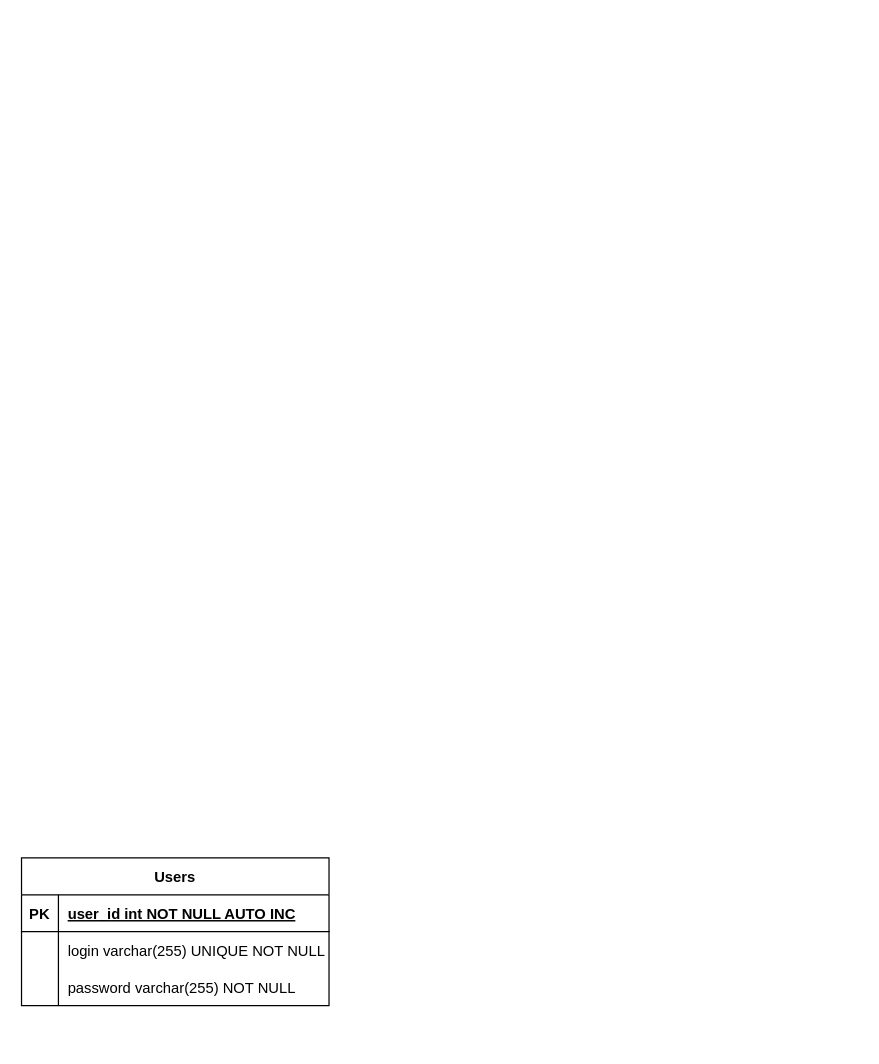
Above: experiments/database/dbschema.drawio in she-bear/dplm-resume-builder (draw.io), before the change. Source tidied: cells renumbered, new cells numbered last; positions are measured from the earlier drawing's top-left corner, leaving out a move shared by most shapes. Both pictures are drawn from the tidied source at 123%, with x=0, y=0 at pixel (21, 857).
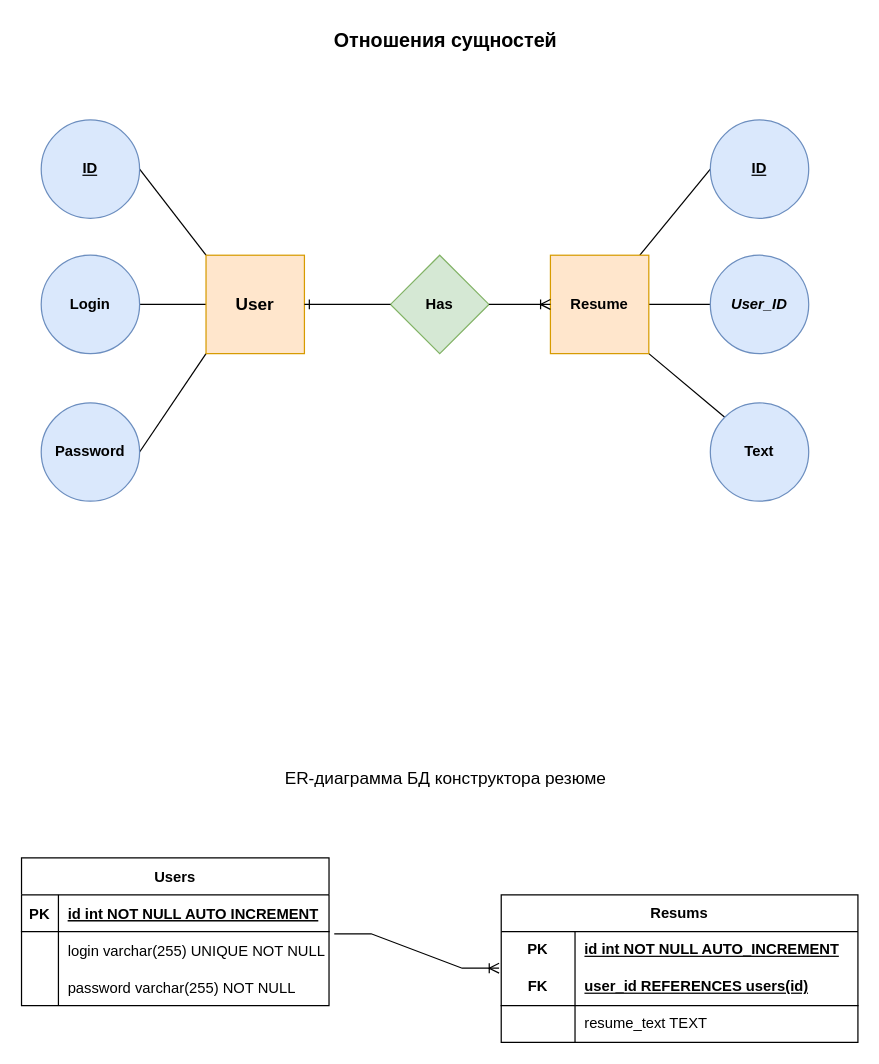
The same page after the edit.

Commit message (it also covers changes not shown here):
Схема отношений сущностей и ERD

The change refers to these unchanged cells:
```xml
<mxCell id="3" style="shape=partialRectangle;fillColor=none;top=0;left=0;right=0;bottom=1;" parent="2" vertex="1">
  <mxGeometry y="30" width="250" height="30" as="geometry" />
</mxCell>
<mxCell id="6" style="shape=partialRectangle;fillColor=none;points=[[0,0.5],[1,0.5]];portConstraint=eastwest;top=0;left=0;right=0;bottom=0;" parent="2" vertex="1">
  <mxGeometry y="60" width="250" height="30" as="geometry" />
</mxCell>
```

Change to the diagram source:
```diff
@@
-    <mxCell id="5" value="user_id int NOT NULL AUTO INC" style="shape=partialRectangle;overflow=hidden;fillColor=none;top=0;left=0;bottom=0;right=0;align=left;spacingLeft=6;fontStyle=5;" parent="3" vertex="1">
+    <mxCell id="5" value="id int NOT NULL AUTO INCREMENT" style="shape=partialRectangle;overflow=hidden;fillColor=none;top=0;left=0;bottom=0;right=0;align=left;spacingLeft=6;fontStyle=5;" parent="3" vertex="1">
       <mxGeometry x="30" width="220" height="30" as="geometry" />
     </mxCell>
@@
+    <mxCell id="12" value="Resums" style="shape=table;startSize=30;childLayout=tableLayout;rowLines=0;fontStyle=1;align=center;html=1;whiteSpace=wrap;" parent="1" vertex="1">
+      <mxGeometry x="390" y="30" width="290" height="120" as="geometry" />
+    </mxCell>
+    <mxCell id="13" style="shape=tableRow;horizontal=0;startSize=0;swimlaneHead=0;swimlaneBody=0;fillColor=none;top=0;left=0;right=0;bottom=0;html=1;" parent="12" vertex="1">
+      <mxGeometry y="30" width="290" height="30" as="geometry" />
+    </mxCell>
+    <mxCell id="14" value="PK" style="shape=partialRectangle;fillColor=none;top=0;left=0;bottom=0;right=0;fontStyle=1;overflow=hidden;html=1;whiteSpace=wrap;" parent="13" vertex="1">
+      <mxGeometry width="60" height="30" as="geometry" />
+    </mxCell>
+    <mxCell id="15" value="id int NOT NULL AUTO_INCREMENT" style="shape=partialRectangle;fillColor=none;top=0;left=0;bottom=0;right=0;align=left;spacingLeft=6;fontStyle=5;overflow=hidden;html=1;whiteSpace=wrap;" parent="13" vertex="1">
+      <mxGeometry x="60" width="230" height="30" as="geometry" />
+    </mxCell>
+    <mxCell id="16" style="shape=tableRow;horizontal=0;startSize=0;swimlaneHead=0;swimlaneBody=0;fillColor=none;points=[[0,0.5],[1,0.5]];portConstraint=eastwest;top=0;left=0;right=0;bottom=1;html=1;" parent="12" vertex="1">
+      <mxGeometry y="60" width="290" height="30" as="geometry" />
+    </mxCell>
+    <mxCell id="17" value="FK" style="shape=partialRectangle;fillColor=none;top=0;left=0;bottom=0;right=0;fontStyle=1;overflow=hidden;html=1;whiteSpace=wrap;" parent="16" vertex="1">
+      <mxGeometry width="60" height="30" as="geometry" />
+    </mxCell>
+    <mxCell id="18" value="user_id&amp;nbsp;REFERENCES users(id)" style="shape=partialRectangle;fillColor=none;top=0;left=0;bottom=0;right=0;align=left;spacingLeft=6;fontStyle=5;overflow=hidden;html=1;whiteSpace=wrap;" parent="16" vertex="1">
+      <mxGeometry x="60" width="230" height="30" as="geometry" />
+    </mxCell>
+    <mxCell id="19" style="shape=tableRow;horizontal=0;startSize=0;swimlaneHead=0;swimlaneBody=0;fillColor=none;top=0;left=0;right=0;bottom=0;html=1;" parent="12" vertex="1">
+      <mxGeometry y="90" width="290" height="30" as="geometry" />
+    </mxCell>
+    <mxCell id="20" style="shape=partialRectangle;fillColor=none;top=0;left=0;bottom=0;right=0;overflow=hidden;html=1;whiteSpace=wrap;" parent="19" vertex="1">
+      <mxGeometry width="60" height="30" as="geometry" />
+    </mxCell>
+    <mxCell id="21" value="resume_text TEXT" style="shape=partialRectangle;fillColor=none;top=0;left=0;bottom=0;right=0;align=left;spacingLeft=6;overflow=hidden;html=1;whiteSpace=wrap;" parent="19" vertex="1">
+      <mxGeometry x="60" width="230" height="30" as="geometry" />
+    </mxCell>
+    <mxCell id="22" style="edgeStyle=entityRelationEdgeStyle;fontSize=12;html=1;endArrow=ERoneToMany;rounded=0;exitX=1.017;exitY=0.056;exitDx=0;exitDy=0;exitPerimeter=0;entryX=-0.006;entryY=-0.011;entryDx=0;entryDy=0;entryPerimeter=0;" parent="1" edge="1" source="6" target="16">
+      <mxGeometry relative="1" as="geometry">
+        <Array as="points">
+          <mxPoint x="310" y="270" />
+        </Array>
+      </mxGeometry>
+    </mxCell>
+    <mxCell id="23" value="&lt;font style=&quot;font-size: 14px;&quot;&gt;ER-диаграмма БД конструктора резюме&lt;/font&gt;" style="text;html=1;strokeColor=none;fillColor=none;align=center;verticalAlign=middle;whiteSpace=wrap;rounded=0;" parent="1" vertex="1">
+      <mxGeometry x="110" y="-80" width="470" height="30" as="geometry" />
+    </mxCell>
+    <mxCell id="24" style="rounded=0;jettySize=auto;html=1;exitX=0;exitY=0;exitDx=0;exitDy=0;entryX=1;entryY=0.5;entryDx=0;entryDy=0;endArrow=none;endFill=0;" parent="1" edge="1" source="27" target="28">
+      <mxGeometry relative="1" as="geometry" />
+    </mxCell>
+    <mxCell id="25" style="rounded=0;jettySize=auto;html=1;exitX=0;exitY=0.5;exitDx=0;exitDy=0;entryX=1;entryY=0.5;entryDx=0;entryDy=0;endArrow=none;endFill=0;" parent="1" edge="1" source="27" target="29">
+      <mxGeometry relative="1" as="geometry" />
+    </mxCell>
+    <mxCell id="26" style="rounded=0;jettySize=auto;html=1;exitX=0;exitY=1;exitDx=0;exitDy=0;entryX=1;entryY=0.5;entryDx=0;entryDy=0;endArrow=none;endFill=0;" parent="1" edge="1" source="27" target="30">
+      <mxGeometry relative="1" as="geometry" />
+    </mxCell>
+    <mxCell id="27" value="&lt;b&gt;&lt;font style=&quot;font-size: 14px;&quot;&gt;User&lt;/font&gt;&lt;/b&gt;" style="whiteSpace=wrap;html=1;fillColor=#ffe6cc;strokeColor=#d79b00;" parent="1" vertex="1">
+      <mxGeometry x="150" y="-490" width="80" height="80" as="geometry" />
+    </mxCell>
+    <mxCell id="28" value="&lt;b&gt;&lt;u&gt;ID&lt;/u&gt;&lt;/b&gt;" style="ellipse;whiteSpace=wrap;html=1;fillColor=#dae8fc;strokeColor=#6c8ebf;" parent="1" vertex="1">
+      <mxGeometry x="16" y="-600" width="80" height="80" as="geometry" />
+    </mxCell>
+    <mxCell id="29" value="&lt;b&gt;Login&lt;/b&gt;" style="ellipse;whiteSpace=wrap;html=1;fillColor=#dae8fc;strokeColor=#6c8ebf;" parent="1" vertex="1">
+      <mxGeometry x="16" y="-490" width="80" height="80" as="geometry" />
+    </mxCell>
+    <mxCell id="30" value="&lt;b&gt;Password&lt;/b&gt;" style="ellipse;whiteSpace=wrap;html=1;fillColor=#dae8fc;strokeColor=#6c8ebf;" parent="1" vertex="1">
+      <mxGeometry x="16" y="-370" width="80" height="80" as="geometry" />
+    </mxCell>
+    <mxCell id="31" value="&lt;b&gt;Has&lt;/b&gt;" style="rhombus;whiteSpace=wrap;html=1;fillColor=#d5e8d4;strokeColor=#82b366;" parent="1" vertex="1">
+      <mxGeometry x="300" y="-490" width="80" height="80" as="geometry" />
+    </mxCell>
+    <mxCell id="32" style="rounded=0;jettySize=auto;html=1;entryX=0;entryY=0.5;entryDx=0;entryDy=0;endArrow=none;endFill=0;" parent="1" edge="1" source="35" target="36">
+      <mxGeometry relative="1" as="geometry" />
+    </mxCell>
+    <mxCell id="33" style="rounded=0;jettySize=auto;html=1;entryX=0;entryY=0.5;entryDx=0;entryDy=0;endArrow=none;endFill=0;" parent="1" edge="1" source="35" target="37">
+      <mxGeometry relative="1" as="geometry" />
+    </mxCell>
+    <mxCell id="34" style="rounded=0;jettySize=auto;html=1;exitX=1;exitY=1;exitDx=0;exitDy=0;entryX=0;entryY=0;entryDx=0;entryDy=0;endArrow=none;endFill=0;" parent="1" edge="1" source="35" target="38">
+      <mxGeometry relative="1" as="geometry" />
+    </mxCell>
+    <mxCell id="35" value="&lt;b&gt;Resume&lt;/b&gt;" style="whiteSpace=wrap;html=1;fillColor=#ffe6cc;strokeColor=#d79b00;" parent="1" vertex="1">
+      <mxGeometry x="430" y="-490" width="80" height="80" as="geometry" />
+    </mxCell>
+    <mxCell id="36" value="&lt;b&gt;&lt;u&gt;ID&lt;/u&gt;&lt;/b&gt;" style="ellipse;whiteSpace=wrap;html=1;fillColor=#dae8fc;strokeColor=#6c8ebf;" parent="1" vertex="1">
+      <mxGeometry x="560" y="-600" width="80" height="80" as="geometry" />
+    </mxCell>
+    <mxCell id="37" value="&lt;b&gt;&lt;i&gt;User_ID&lt;/i&gt;&lt;/b&gt;" style="ellipse;whiteSpace=wrap;html=1;fillColor=#dae8fc;strokeColor=#6c8ebf;" parent="1" vertex="1">
+      <mxGeometry x="560" y="-490" width="80" height="80" as="geometry" />
+    </mxCell>
+    <mxCell id="38" value="&lt;b&gt;Text&lt;/b&gt;" style="ellipse;whiteSpace=wrap;html=1;fillColor=#dae8fc;strokeColor=#6c8ebf;" parent="1" vertex="1">
+      <mxGeometry x="560" y="-370" width="80" height="80" as="geometry" />
+    </mxCell>
+    <mxCell id="39" style="edgeStyle=entityRelationEdgeStyle;fontSize=12;html=1;endArrow=ERoneToMany;rounded=0;entryX=0;entryY=0.5;entryDx=0;entryDy=0;exitX=1;exitY=0.5;exitDx=0;exitDy=0;" parent="1" edge="1" source="31" target="35">
+      <mxGeometry relative="1" as="geometry" />
+    </mxCell>
+    <mxCell id="40" style="edgeStyle=entityRelationEdgeStyle;fontSize=12;html=1;endArrow=ERone;endFill=1;rounded=0;entryX=1;entryY=0.5;entryDx=0;entryDy=0;" parent="1" edge="1" source="31" target="27">
+      <mxGeometry relative="1" as="geometry" />
+    </mxCell>
+    <mxCell id="41" value="&lt;font style=&quot;font-size: 16px;&quot;&gt;&lt;b&gt;Отношения сущностей&lt;/b&gt;&lt;/font&gt;" style="text;html=1;strokeColor=none;fillColor=none;align=center;verticalAlign=middle;whiteSpace=wrap;rounded=0;" parent="1" vertex="1">
+      <mxGeometry x="250" y="-680" width="190" height="30" as="geometry" />
+    </mxCell>
```
